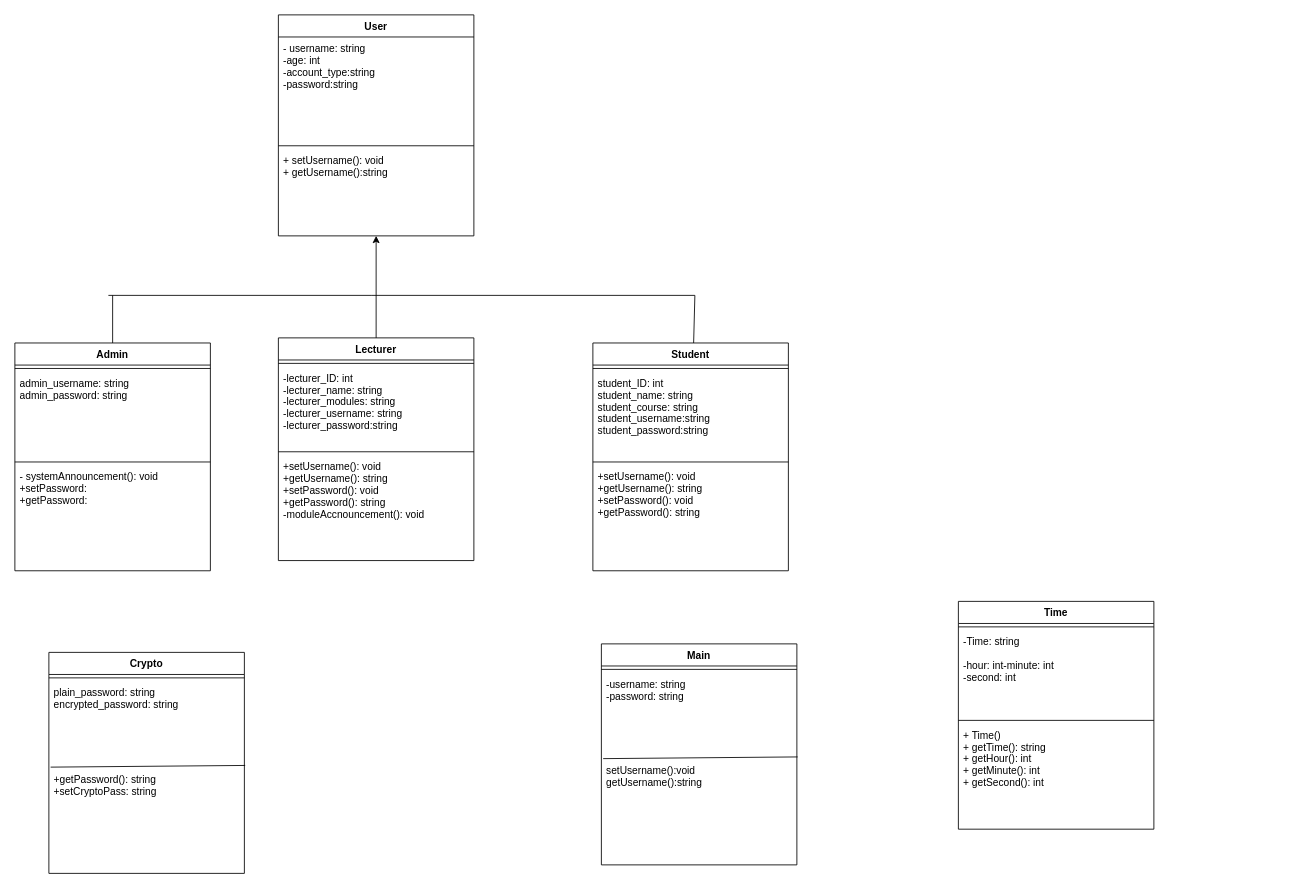
mgreen01/Secure-Programming-Project keeps this draw.io diagram as UML Design (MG)/SecureProgUML(30014095).drawio. Above is the earlier version. Source tidied: cells renumbered, new cells numbered last; positions are measured from the earlier drawing's top-left corner, leaving out a move shared by most shapes. Both pictures are drawn from the tidied source at 85%, with x=0, y=0 at pixel (14, 14).
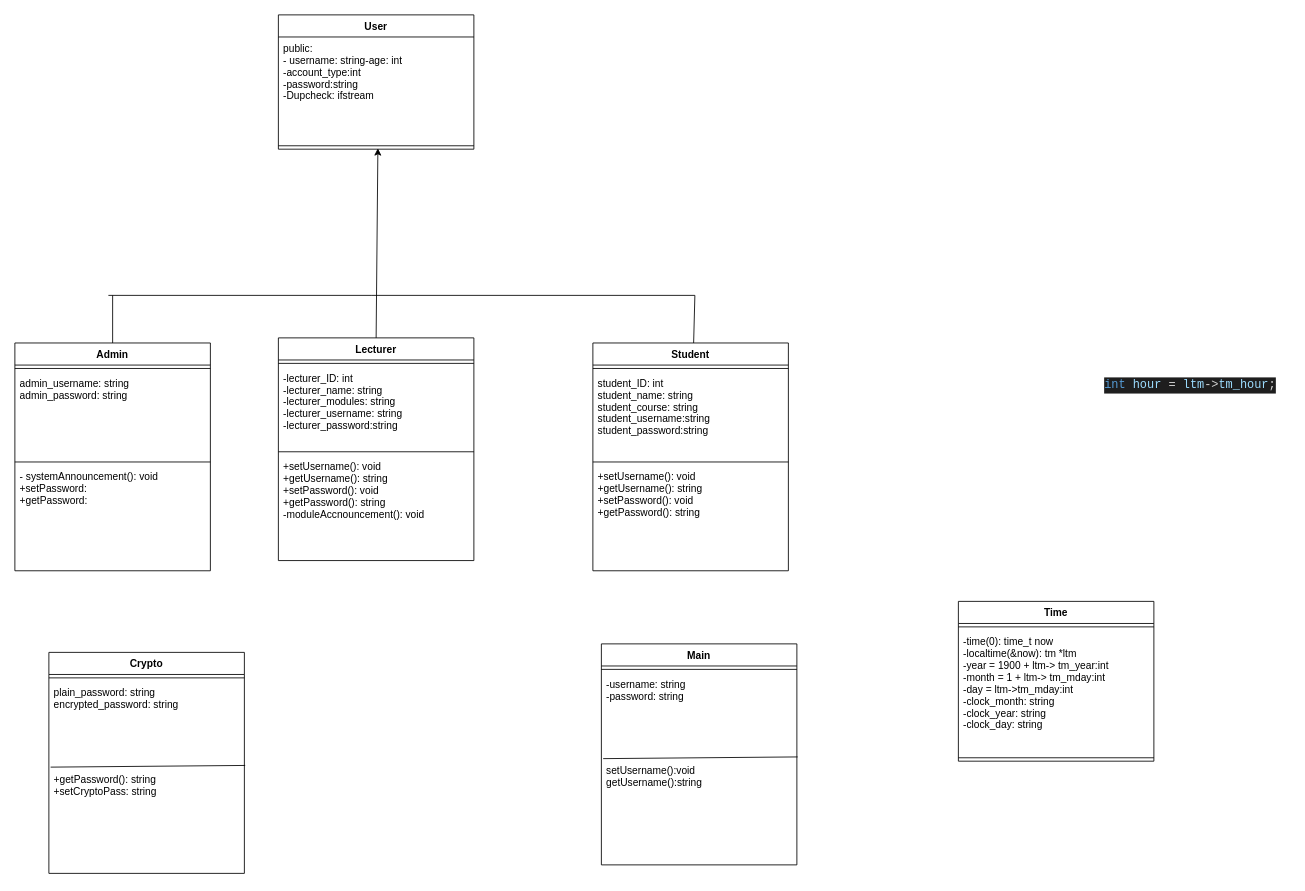
The same page after the edit.

The change refers to these unchanged cells:
```xml
<mxCell id="4" style="line;strokeWidth=1;fillColor=none;align=left;verticalAlign=middle;spacingTop=-1;spacingLeft=3;spacingRight=3;labelPosition=right;points=[];portConstraint=eastwest;" parent="2" vertex="1">
  <mxGeometry y="150" width="230" height="8" as="geometry" />
</mxCell>
<mxCell id="16" value="Lecturer" style="swimlane;fontStyle=1;align=center;verticalAlign=top;horizontal=1;startSize=26;" parent="1" vertex="1">
  <mxGeometry x="310" y="380" width="230" height="262" as="geometry" />
</mxCell>
```

Diff of the diagram source:
```diff
@@
     <mxCell id="2" value="User" style="swimlane;fontStyle=1;align=center;verticalAlign=top;horizontal=1;startSize=26;" parent="1" vertex="1">
-      <mxGeometry x="310" width="230" height="260" as="geometry" />
+      <mxGeometry x="310" width="230" height="158" as="geometry" />
     </mxCell>
-    <mxCell id="3" value="- username: string&#10;-age: int&#10;-account_type:string&#10;-password:string&#10;&#10;" style="text;strokeColor=none;fillColor=none;align=left;verticalAlign=top;spacingLeft=4;spacingRight=4;overflow=hidden;" parent="2" vertex="1">
+    <mxCell id="3" value="public:&#10;- username: string-age: int&#10;-account_type:int&#10;-password:string&#10;-Dupcheck: ifstream&#10;&#10;" style="text;strokeColor=none;fillColor=none;align=left;verticalAlign=top;spacingLeft=4;spacingRight=4;overflow=hidden;" parent="2" vertex="1">
       <mxGeometry y="26" width="230" height="124" as="geometry" />
     </mxCell>
@@
-    <mxCell id="5" value="+ setUsername(): void&#10;+ getUsername():string&#10;" style="text;strokeColor=none;fillColor=none;align=left;verticalAlign=top;spacingLeft=4;spacingRight=4;overflow=hidden;points=[[0,0.5],[1,0.5]];portConstraint=eastwest;" parent="2" vertex="1">
-      <mxGeometry y="158" width="230" height="102" as="geometry" />
-    </mxCell>
@@
-    <mxCell id="26" style="endArrow=classic;html=1;exitX=0.5;exitY=0;exitDx=0;exitDy=0;" parent="1" edge="1" source="16" target="5">
+    <mxCell id="26" style="endArrow=classic;html=1;exitX=0.5;exitY=0;exitDx=0;exitDy=0;entryX=0.509;entryY=0.875;entryDx=0;entryDy=0;entryPerimeter=0;" parent="1" edge="1" source="16" target="4">
       <mxGeometry relative="1" as="geometry" />
     </mxCell>
     <mxCell id="27" value="Time" style="swimlane;fontStyle=1;align=center;verticalAlign=top;horizontal=1;startSize=26;" parent="1" vertex="1">
-      <mxGeometry x="1110" y="690" width="230" height="268" as="geometry" />
+      <mxGeometry x="1110" y="690" width="230" height="188" as="geometry" />
     </mxCell>
@@
-    <mxCell id="29" value="-Time: string&#10;&#10;-hour: int-minute: int&#10;-second: int&#10;" style="text;strokeColor=none;fillColor=none;align=left;verticalAlign=top;spacingLeft=4;spacingRight=4;overflow=hidden;" parent="27" vertex="1">
-      <mxGeometry y="34" width="230" height="102" as="geometry" />
+    <mxCell id="29" value="-time(0): time_t now&#10;-localtime(&amp;now): tm *ltm&#10;-year = 1900 + ltm-&gt; tm_year:int&#10;-month = 1 + ltm-&gt; tm_mday:int&#10;-day = ltm-&gt;tm_mday:int&#10;-clock_month: string&#10;-clock_year: string&#10;-clock_day: string&#10;&#10;&#10;" style="text;strokeColor=none;fillColor=none;align=left;verticalAlign=top;spacingLeft=4;spacingRight=4;overflow=hidden;" parent="27" vertex="1">
+      <mxGeometry y="34" width="230" height="146" as="geometry" />
     </mxCell>
     <mxCell id="30" style="line;strokeWidth=1;fillColor=none;align=left;verticalAlign=middle;spacingTop=-1;spacingLeft=3;spacingRight=3;labelPosition=right;" parent="27" vertex="1">
-      <mxGeometry y="136" width="230" height="8" as="geometry" />
+      <mxGeometry y="180" width="230" height="8" as="geometry" />
     </mxCell>
-    <mxCell id="31" value="+ Time()&#10;+ getTime(): string&#10;+ getHour(): int&#10;+ getMinute(): int&#10;+ getSecond(): int&#10;&#10;&#10;" style="text;strokeColor=none;fillColor=none;align=left;verticalAlign=top;spacingLeft=4;spacingRight=4;overflow=hidden;" parent="27" vertex="1">
-      <mxGeometry y="144" width="230" height="124" as="geometry" />
-    </mxCell>
@@
+    <mxCell id="41" value="&lt;div style=&quot;color: rgb(212, 212, 212); background-color: rgb(30, 30, 30); font-family: &amp;quot;consolas&amp;quot;, &amp;quot;courier new&amp;quot;, monospace; font-weight: normal; font-size: 14px; line-height: 19px;&quot;&gt;&lt;div&gt;&lt;span style=&quot;color: #569cd6&quot;&gt;int&lt;/span&gt;&lt;span style=&quot;color: #d4d4d4&quot;&gt;&amp;nbsp;&lt;/span&gt;&lt;span style=&quot;color: #9cdcfe&quot;&gt;hour&lt;/span&gt;&lt;span style=&quot;color: #d4d4d4&quot;&gt;&amp;nbsp;=&amp;nbsp;&lt;/span&gt;&lt;span style=&quot;color: #9cdcfe&quot;&gt;ltm&lt;/span&gt;&lt;span style=&quot;color: #d4d4d4&quot;&gt;-&amp;gt;&lt;/span&gt;&lt;span style=&quot;color: #9cdcfe&quot;&gt;tm_hour&lt;/span&gt;&lt;span style=&quot;color: #d4d4d4&quot;&gt;;&lt;/span&gt;&lt;/div&gt;&lt;/div&gt;" style="text;whiteSpace=wrap;html=1;" parent="1" vertex="1">
+      <mxGeometry x="1280" y="420" width="220" height="30" as="geometry" />
+    </mxCell>
```
